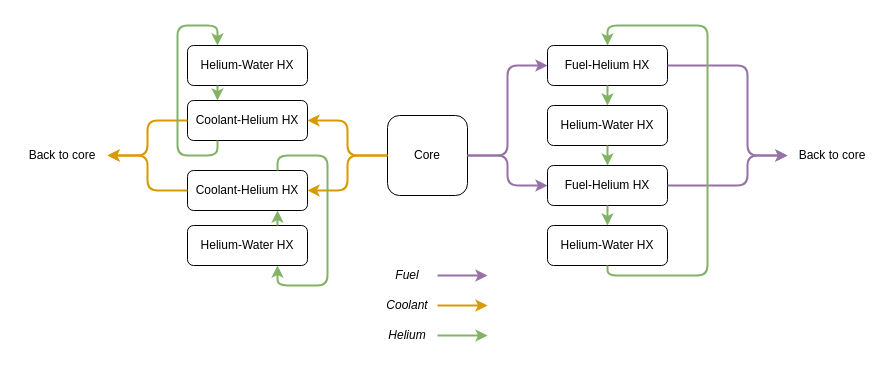
This is figures/ARE_schematic_flow.drawio from LukeLabrie/msc_eng_thesis, a draw.io file, before an edit. Source tidied: cells renumbered, new cells numbered last; positions are measured from the earlier drawing's top-left corner, leaving out a move shared by most shapes. Both pictures are drawn from the tidied source at 100%, with x=0, y=0 at pixel (17, 25).
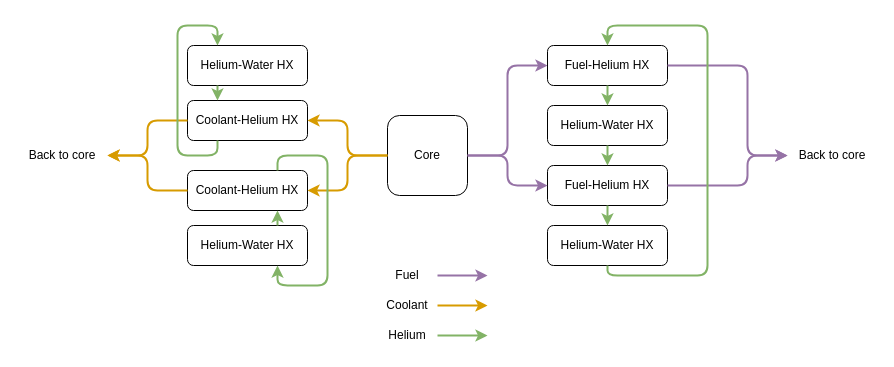
The same diagram, later.

Diff of the diagram source:
```diff
@@
-    <mxCell id="32" value="Fuel" style="text;html=1;strokeColor=none;fillColor=none;align=center;verticalAlign=middle;whiteSpace=wrap;rounded=0;fontStyle=2;" parent="1" vertex="1">
+    <mxCell id="32" value="Fuel" style="text;html=1;strokeColor=none;fillColor=none;align=center;verticalAlign=middle;whiteSpace=wrap;rounded=0;fontStyle=0;" parent="1" vertex="1">
       <mxGeometry x="360" y="235" width="60" height="30" as="geometry" />
     </mxCell>
-    <mxCell id="33" value="Coolant" style="text;html=1;strokeColor=none;fillColor=none;align=center;verticalAlign=middle;whiteSpace=wrap;rounded=0;fontStyle=2;" parent="1" vertex="1">
+    <mxCell id="33" value="Coolant" style="text;html=1;strokeColor=none;fillColor=none;align=center;verticalAlign=middle;whiteSpace=wrap;rounded=0;fontStyle=0;" parent="1" vertex="1">
       <mxGeometry x="360" y="265" width="60" height="30" as="geometry" />
     </mxCell>
-    <mxCell id="34" value="Helium" style="text;html=1;strokeColor=none;fillColor=none;align=center;verticalAlign=middle;whiteSpace=wrap;rounded=0;fontStyle=2;" parent="1" vertex="1">
+    <mxCell id="34" value="Helium" style="text;html=1;strokeColor=none;fillColor=none;align=center;verticalAlign=middle;whiteSpace=wrap;rounded=0;fontStyle=0;" parent="1" vertex="1">
       <mxGeometry x="360" y="295" width="60" height="30" as="geometry" />
     </mxCell>
```
